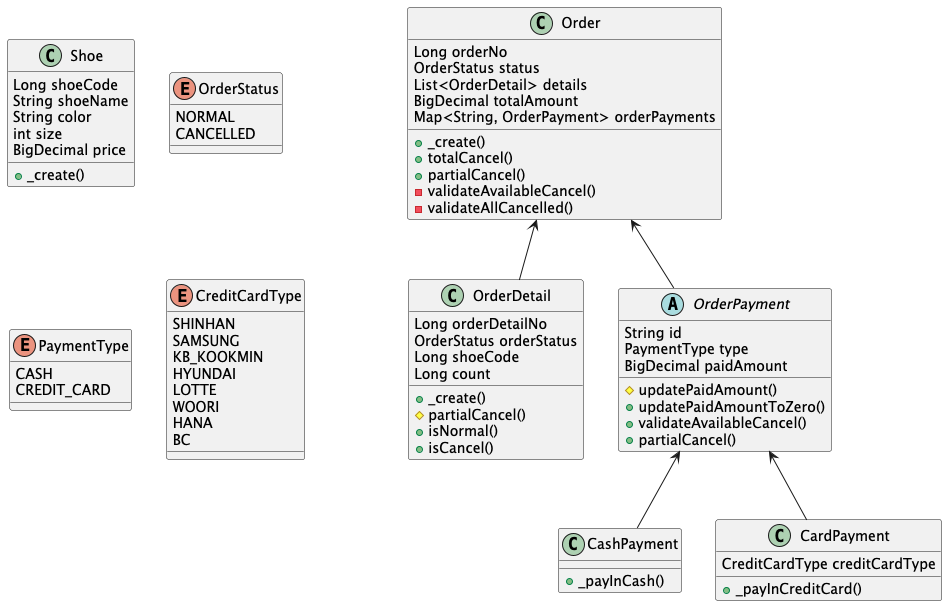
The PlantUML diagram docs/DomainStructure.png in ABC-Mart-Owners-club/namjoon-shoe-store, before a commit. Its diagram source:
```plantuml
@startuml



class Shoe {
Long shoeCode
String shoeName
String color
int size
BigDecimal price
+ _create()
}

enum OrderStatus {
NORMAL
CANCELLED
}

class Order {
Long orderNo
OrderStatus status
List<OrderDetail> details
BigDecimal totalAmount
Map<String, OrderPayment> orderPayments
+ _create()
+ totalCancel()
+ partialCancel()
- validateAvailableCancel()
- validateAllCancelled()
}

class OrderDetail {
Long orderDetailNo
OrderStatus orderStatus
Long shoeCode
Long count
+ _create()
# partialCancel()
+ isNormal()
+ isCancel()
}

abstract class OrderPayment {
String id
PaymentType type
BigDecimal paidAmount
# updatePaidAmount()
+ updatePaidAmountToZero()
+ validateAvailableCancel()
+ partialCancel()
}

class CashPayment {
+ _payInCash()
}

class CardPayment {
CreditCardType creditCardType
+ _payInCreditCard()
}

enum PaymentType {
CASH
CREDIT_CARD
}

enum CreditCardType {
SHINHAN
SAMSUNG
KB_KOOKMIN
HYUNDAI
LOTTE
WOORI
HANA
BC
}


Order <-- OrderDetail
Order <-- OrderPayment
OrderPayment <-- CashPayment
OrderPayment <-- CardPayment

@enduml
```
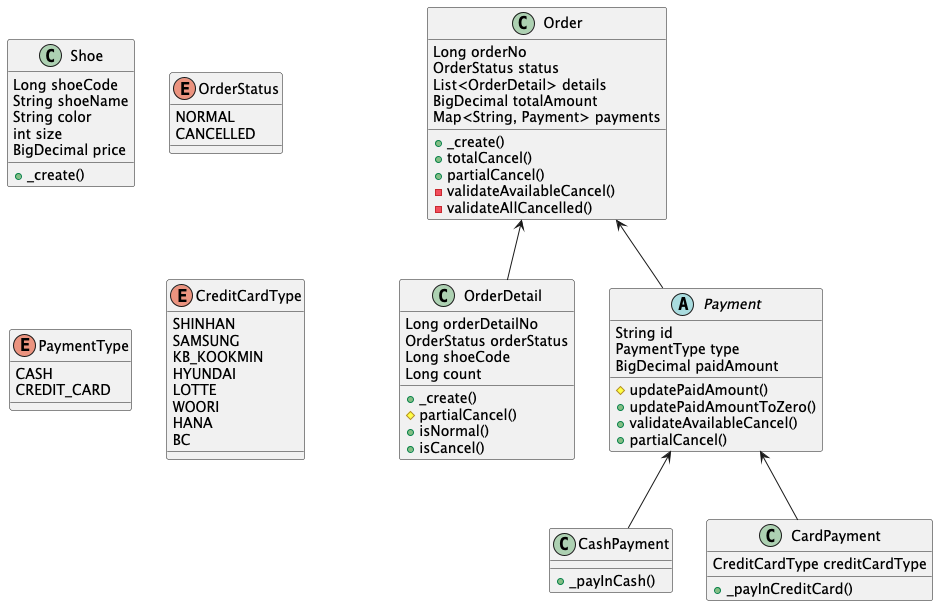
After the change.

Commit message:
Feature : [#5] 결제 도메인 분리를 위한 이름 변경

What changed in the source:
```diff
@@ -21,7 +21,7 @@
 OrderStatus status
 List<OrderDetail> details
 BigDecimal totalAmount
-Map<String, OrderPayment> orderPayments
+Map<String, Payment> payments
 + _create()
 + totalCancel()
 + partialCancel()
@@ -40,7 +40,7 @@
 + isCancel()
 }
 
-abstract class OrderPayment {
+abstract class Payment {
 String id
 PaymentType type
 BigDecimal paidAmount
@@ -77,8 +77,8 @@
 
 
 Order <-- OrderDetail
-Order <-- OrderPayment
-OrderPayment <-- CashPayment
-OrderPayment <-- CardPayment
+Order <-- Payment
+Payment <-- CashPayment
+Payment <-- CardPayment
 
 @enduml
```
